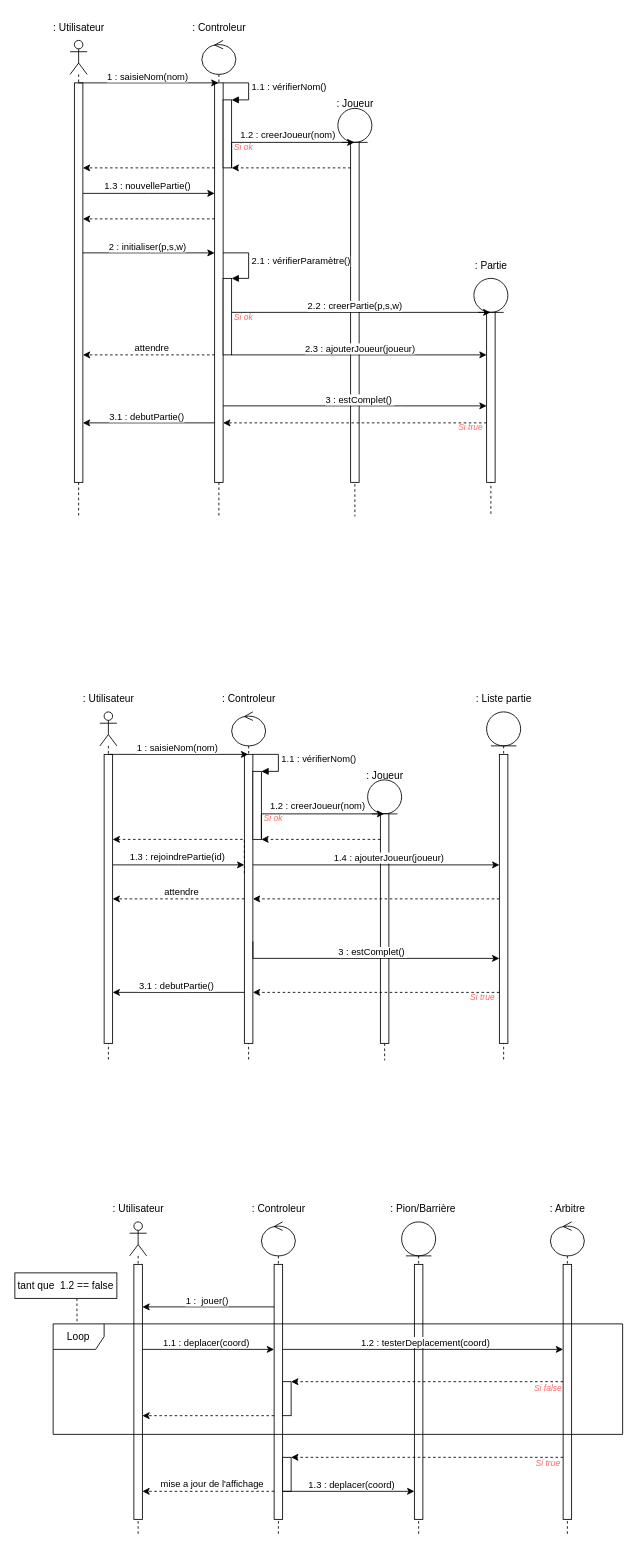
This is Sequence.drawio from Mat-gif/TER_Gsociety, a draw.io file, before an edit. Source tidied: cells renumbered, new cells numbered last; positions are measured from the earlier drawing's top-left corner, leaving out a move shared by most shapes. Both pictures are drawn from the tidied source at 85%, with x=0, y=0 at pixel (14, 14).
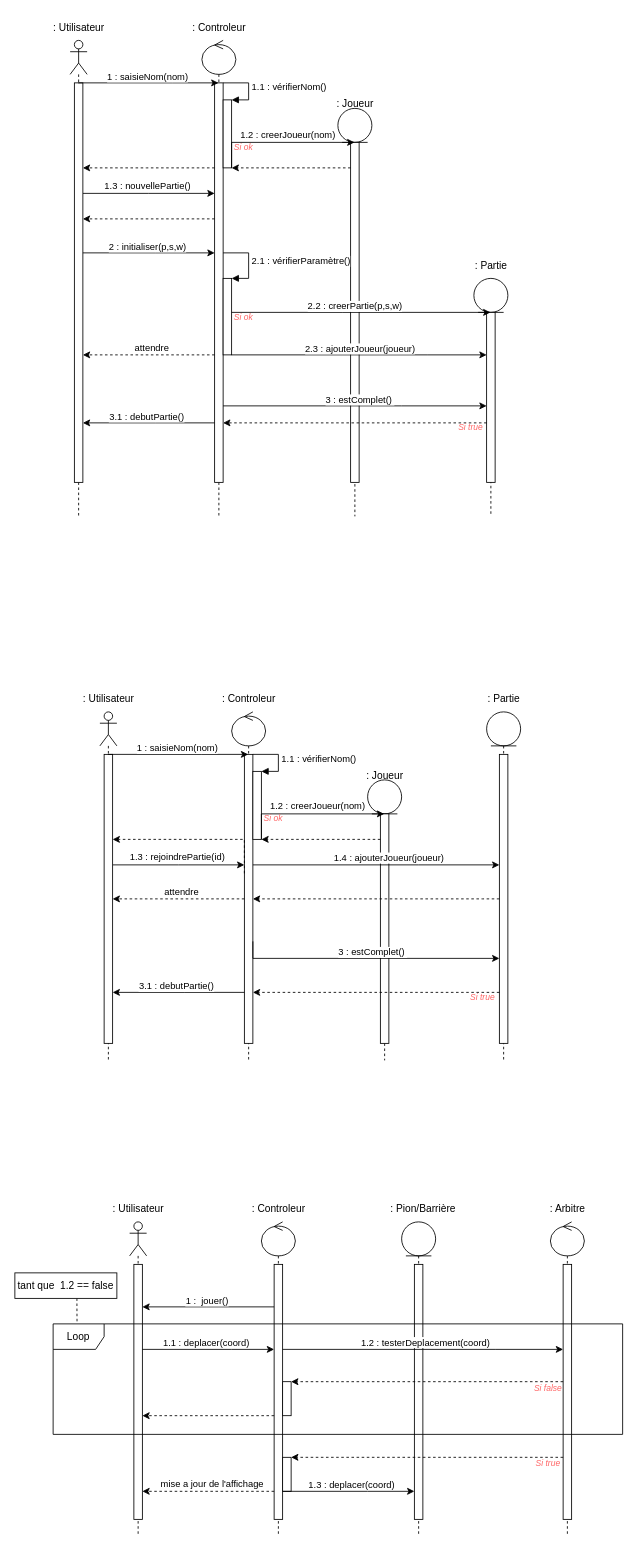
The same diagram, later.

Commit message (it also covers changes not shown here):
Mettre à jour Sequence.drawio

What changed in the source:
```diff
@@
-    <mxCell id="53" value=": Liste partie" style="text;html=1;align=center;verticalAlign=middle;strokeColor=none;fillColor=none;" parent="1" vertex="1">
-      <mxGeometry x="530" y="790" width="90" height="30" as="geometry" />
+    <mxCell id="53" value=": Partie" style="text;html=1;align=center;verticalAlign=middle;strokeColor=none;fillColor=none;" parent="1" vertex="1">
+      <mxGeometry x="545" y="790" width="60" height="30" as="geometry" />
     </mxCell>
```
